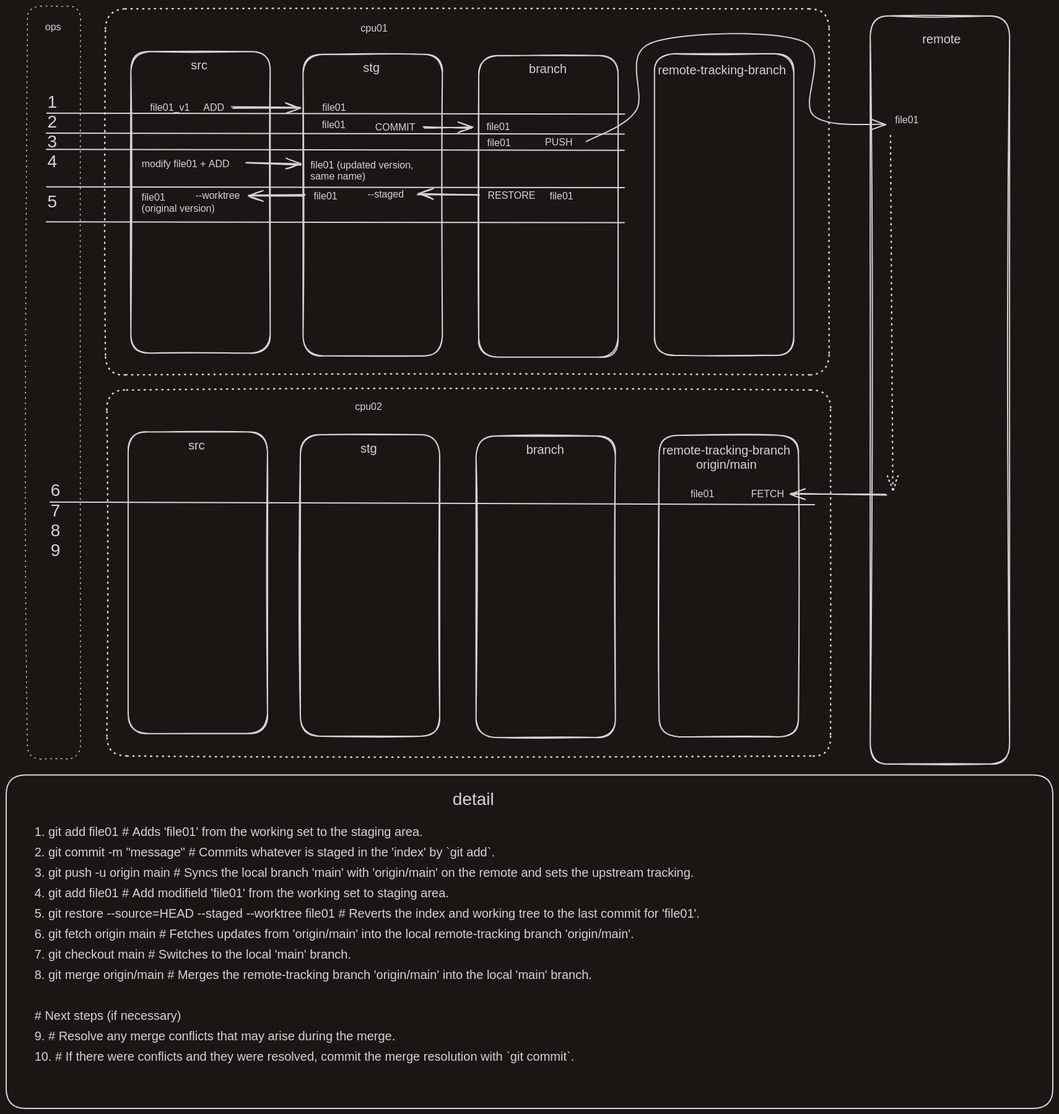
Before: git/media/gitops.png, a diagram exported from Excalidraw (bronifty/obsidian_2024Q2). Source tidied: one line per element, renumbered; positions are measured from the earlier drawing's top-left corner, leaving out a move shared by most shapes. Source of this version:
```json
{"id": 0, "type": "rectangle", "strokeColor": "#1e1e1e", "strokeWidth": 2, "roughness": 1, "round": true, "x": 201, "y": 73, "width": 225, "height": 487}
{"id": 1, "type": "text", "text": "src", "strokeColor": "#1e1e1e", "strokeWidth": 2, "strokeStyle": "dotted", "roughness": 1, "fontSize": 20, "fontFamily": 2, "x": 298, "y": 83, "width": 27, "height": 23}
{"id": 2, "type": "text", "text": "ADD", "strokeColor": "#1e1e1e", "strokeWidth": 2, "roughness": 1, "fontSize": 16, "fontFamily": 2, "x": 318, "y": 154, "width": 34, "height": 18}
{"id": 3, "type": "arrow", "strokeColor": "#1e1e1e", "strokeWidth": 2, "roughness": 1, "endArrowhead": "arrow", "round": true, "from": 2, "to": 5, "x": 364, "y": 163, "width": 110, "height": 1, "points": [[0, 0], [110, 1]]}
{"id": 4, "type": "text", "text": "file01_v1", "strokeColor": "#1e1e1e", "strokeWidth": 2, "roughness": 1, "fontSize": 16, "fontFamily": 2, "x": 232, "y": 154, "width": 64, "height": 18}
{"id": 5, "type": "rectangle", "strokeColor": "#1e1e1e", "strokeWidth": 2, "roughness": 1, "round": true, "x": 479, "y": 78, "width": 225, "height": 487}
{"id": 6, "type": "text", "text": "stg", "strokeColor": "#1e1e1e", "strokeWidth": 2, "strokeStyle": "dotted", "roughness": 1, "fontSize": 20, "fontFamily": 2, "x": 576, "y": 88, "width": 27, "height": 23}
{"id": 7, "type": "text", "text": "file01", "strokeColor": "#1e1e1e", "strokeWidth": 2, "roughness": 1, "fontSize": 16, "fontFamily": 2, "x": 510, "y": 155, "width": 38, "height": 18}
{"id": 8, "type": "rectangle", "strokeColor": "#1e1e1e", "strokeWidth": 2, "roughness": 1, "round": true, "x": 763, "y": 80, "width": 225, "height": 487}
{"id": 9, "type": "text", "text": "branch", "strokeColor": "#1e1e1e", "strokeWidth": 2, "strokeStyle": "dotted", "roughness": 1, "fontSize": 20, "fontFamily": 2, "x": 844, "y": 90, "width": 61, "height": 23}
{"id": 10, "type": "text", "text": "PUSH", "strokeColor": "#1e1e1e", "strokeWidth": 2, "roughness": 1, "fontSize": 16, "fontFamily": 2, "x": 870, "y": 210, "width": 44, "height": 18}
{"id": 11, "type": "text", "text": "file01", "strokeColor": "#1e1e1e", "strokeWidth": 2, "roughness": 1, "fontSize": 16, "fontFamily": 2, "x": 775, "y": 185, "width": 38, "height": 18}
{"id": 12, "type": "rectangle", "strokeColor": "#1e1e1e", "strokeWidth": 2, "roughness": 1, "round": true, "x": 1395, "y": 16, "width": 225, "height": 1208}
{"id": 13, "type": "text", "text": "remote", "strokeColor": "#1e1e1e", "strokeWidth": 2, "strokeStyle": "dotted", "roughness": 1, "fontSize": 20, "fontFamily": 2, "x": 1479, "y": 42, "width": 62, "height": 23}
{"id": 14, "type": "text", "text": "file01", "strokeColor": "#1e1e1e", "strokeWidth": 2, "roughness": 1, "fontSize": 16, "fontFamily": 2, "x": 1435, "y": 174, "width": 38, "height": 18}
{"id": 15, "type": "arrow", "strokeColor": "#1e1e1e", "strokeWidth": 2, "roughness": 1, "endArrowhead": "arrow", "round": true, "to": 5, "x": 387, "y": 252, "width": 88, "height": 4, "points": [[0, 0], [88, 4]]}
{"id": 16, "type": "text", "text": "file01", "strokeColor": "#1e1e1e", "strokeWidth": 2, "roughness": 1, "fontSize": 16, "fontFamily": 2, "x": 877, "y": 297, "width": 38, "height": 18}
{"id": 17, "type": "text", "text": "RESTORE", "strokeColor": "#1e1e1e", "strokeWidth": 1, "strokeStyle": "dotted", "roughness": 1, "fontSize": 16, "fontFamily": 2, "x": 777, "y": 296, "width": 77, "height": 18}
{"id": 18, "type": "arrow", "strokeColor": "#1e1e1e", "strokeWidth": 2, "roughness": 1, "endArrowhead": "arrow", "round": true, "from": 17, "x": 763, "y": 304, "width": 99, "height": 1, "points": [[0, 0], [-99, -1]]}
{"id": 19, "type": "text", "text": "file01", "strokeColor": "#1e1e1e", "strokeWidth": 2, "roughness": 1, "fontSize": 16, "fontFamily": 2, "x": 496, "y": 297, "width": 38, "height": 18}
{"id": 20, "type": "arrow", "strokeColor": "#1e1e1e", "strokeWidth": 2, "roughness": 1, "endArrowhead": "arrow", "round": true, "from": 19, "to": 22, "x": 482, "y": 305, "width": 90, "height": 1, "points": [[0, 0], [-90, 1]]}
{"id": 21, "type": "text", "text": "--staged", "strokeColor": "#1e1e1e", "strokeWidth": 2, "roughness": 1, "fontSize": 16, "fontFamily": 2, "x": 583, "y": 294, "width": 59, "height": 18}
{"id": 22, "type": "text", "text": "--worktree", "strokeColor": "#1e1e1e", "strokeWidth": 2, "roughness": 1, "fontSize": 16, "fontFamily": 2, "x": 305, "y": 296, "width": 72, "height": 18}
{"id": 23, "type": "text", "text": "file01 \n(original version)", "strokeColor": "#1e1e1e", "strokeWidth": 2, "roughness": 1, "fontSize": 16, "fontFamily": 2, "x": 219, "y": 299, "width": 118, "height": 37}
{"id": 24, "type": "rectangle", "strokeColor": "#1e1e1e", "strokeWidth": 2, "roughness": 1, "round": true, "x": 197, "y": 688, "width": 225, "height": 487}
{"id": 25, "type": "text", "text": "src", "strokeColor": "#1e1e1e", "strokeWidth": 2, "strokeStyle": "dotted", "roughness": 1, "fontSize": 20, "fontFamily": 2, "x": 294, "y": 698, "width": 27, "height": 23}
{"id": 26, "type": "rectangle", "strokeColor": "#1e1e1e", "strokeWidth": 2, "roughness": 1, "round": true, "x": 475, "y": 692, "width": 225, "height": 487}
{"id": 27, "type": "text", "text": "stg", "strokeColor": "#1e1e1e", "strokeWidth": 2, "strokeStyle": "dotted", "roughness": 1, "fontSize": 20, "fontFamily": 2, "x": 572, "y": 702, "width": 27, "height": 23}
{"id": 28, "type": "rectangle", "strokeColor": "#1e1e1e", "strokeWidth": 2, "roughness": 1, "round": true, "x": 759, "y": 694, "width": 225, "height": 487}
{"id": 29, "type": "text", "text": "branch", "strokeColor": "#1e1e1e", "strokeWidth": 2, "strokeStyle": "dotted", "roughness": 1, "fontSize": 20, "fontFamily": 2, "x": 840, "y": 704, "width": 61, "height": 23}
{"id": 30, "type": "text", "text": "FETCH", "strokeColor": "#1e1e1e", "strokeWidth": 2, "roughness": 1, "fontSize": 16, "fontFamily": 2, "x": 1203, "y": 778, "width": 53, "height": 18}
{"id": 31, "type": "text", "text": "file01", "strokeColor": "#1e1e1e", "strokeWidth": 2, "roughness": 1, "fontSize": 16, "fontFamily": 2, "x": 1105, "y": 778, "width": 38, "height": 18}
{"id": 32, "type": "rectangle", "strokeColor": "#1e1e1e", "strokeWidth": 2, "strokeStyle": "dotted", "roughness": 1, "round": true, "x": 160, "y": 4, "width": 1168, "height": 591}
{"id": 33, "type": "text", "text": "cpu01", "strokeColor": "#1e1e1e", "strokeWidth": 2, "strokeStyle": "dotted", "roughness": 1, "fontSize": 16, "fontFamily": 2, "x": 572, "y": 26, "width": 44, "height": 18}
{"id": 34, "type": "text", "text": "cpu02", "strokeColor": "#1e1e1e", "strokeWidth": 2, "strokeStyle": "dotted", "roughness": 1, "fontSize": 16, "fontFamily": 2, "x": 563, "y": 637, "width": 44, "height": 18}
{"id": 35, "type": "arrow", "strokeColor": "#1e1e1e", "strokeWidth": 2, "roughness": 1, "endArrowhead": "arrow", "round": true, "to": 30, "x": 1421, "y": 790, "width": 154, "height": 3, "points": [[0, 0], [-154, -3]]}
{"id": 36, "type": "rectangle", "strokeColor": "#1e1e1e", "strokeWidth": 2, "strokeStyle": "dotted", "roughness": 1, "round": true, "x": 163, "y": 620, "width": 1168, "height": 591}
{"id": 37, "type": "rectangle", "strokeColor": "#1e1e1e", "strokeWidth": 2, "roughness": 1, "round": true, "x": 1054, "y": 693, "width": 225, "height": 487}
{"id": 38, "type": "rectangle", "strokeColor": "#1e1e1e", "strokeWidth": 2, "roughness": 1, "round": true, "x": 1047, "y": 77, "width": 225, "height": 487}
{"id": 39, "type": "text", "text": "remote-tracking-branch", "strokeColor": "#1e1e1e", "strokeWidth": 2, "strokeStyle": "dotted", "roughness": 1, "fontSize": 20, "fontFamily": 2, "x": 1052, "y": 91, "width": 207, "height": 23}
{"id": 40, "type": "text", "text": "remote-tracking-branch\norigin/main", "strokeColor": "#1e1e1e", "strokeWidth": 2, "strokeStyle": "dotted", "roughness": 1, "fontSize": 20, "fontFamily": 2, "textAlign": "center", "x": 1059, "y": 706, "width": 207, "height": 46}
{"id": 41, "type": "arrow", "strokeColor": "#1e1e1e", "strokeWidth": 2, "strokeStyle": "dotted", "roughness": 1, "endArrowhead": "arrow", "round": true, "x": 1429, "y": 210, "width": 4, "height": 571, "points": [[0, 0], [4, 571]]}
{"id": 42, "type": "rectangle", "strokeColor": "#1e1e1e", "strokeWidth": 1, "strokeStyle": "dotted", "roughness": 1, "round": true, "x": 34, "y": 0, "width": 86, "height": 1216}
{"id": 43, "type": "text", "text": "ops", "strokeColor": "#1e1e1e", "strokeWidth": 1, "strokeStyle": "dotted", "roughness": 1, "fontSize": 16, "fontFamily": 2, "textAlign": "center", "x": 63, "y": 24, "width": 26, "height": 18}
{"id": 44, "type": "text", "text": "1\n2\n3\n4\n\n5\n", "strokeColor": "#1e1e1e", "strokeWidth": 1, "strokeStyle": "dotted", "roughness": 1, "fontSize": 28, "fontFamily": 2, "textAlign": "center", "x": 66, "y": 138, "width": 16, "height": 225}
{"id": 45, "type": "arrow", "strokeColor": "#1e1e1e", "strokeWidth": 2, "roughness": 0, "endArrowhead": "arrow", "round": true, "to": 14, "x": 937, "y": 219, "width": 483, "height": 161, "points": [[0, 0], [80, -50], [103, -159], [350, -161], [366, -43], [483, -27]]}
{"id": 46, "type": "rectangle", "strokeColor": "#1e1e1e", "strokeWidth": 2, "roughness": 0, "round": true, "x": 0, "y": 1241, "width": 1690, "height": 539}
{"id": 47, "type": "text", "text": "detail", "strokeColor": "#1e1e1e", "strokeWidth": 2, "roughness": 0, "fontSize": 28, "fontFamily": 2, "textAlign": "center", "x": 721, "y": 1264, "width": 67, "height": 32}
{"id": 48, "type": "text", "text": "COMMIT", "strokeColor": "#1e1e1e", "strokeWidth": 2, "roughness": 1, "fontSize": 16, "fontFamily": 2, "x": 596, "y": 186, "width": 65, "height": 18}
{"id": 49, "type": "arrow", "strokeColor": "#1e1e1e", "strokeWidth": 2, "roughness": 1, "endArrowhead": "arrow", "round": true, "from": 48, "to": 8, "x": 674, "y": 196, "width": 77, "height": 1, "points": [[0, 0], [77, 1]]}
{"id": 50, "type": "text", "text": "file01", "strokeColor": "#1e1e1e", "strokeWidth": 2, "roughness": 1, "fontSize": 16, "fontFamily": 2, "x": 510, "y": 182, "width": 38, "height": 18}
{"id": 51, "type": "text", "text": "file01", "strokeColor": "#1e1e1e", "strokeWidth": 2, "roughness": 1, "fontSize": 16, "fontFamily": 2, "x": 777, "y": 211, "width": 38, "height": 18}
{"id": 52, "type": "line", "strokeColor": "#1e1e1e", "strokeWidth": 2, "roughness": 0, "round": true, "x": 66, "y": 173, "width": 933, "height": 1, "points": [[0, 0], [933, 1]]}
{"id": 53, "type": "line", "strokeColor": "#1e1e1e", "strokeWidth": 2, "roughness": 0, "round": true, "x": 65, "y": 205, "width": 933, "height": 1, "points": [[0, 0], [933, 1]]}
{"id": 54, "type": "line", "strokeColor": "#1e1e1e", "strokeWidth": 2, "roughness": 0, "round": true, "x": 65, "y": 231, "width": 933, "height": 1, "points": [[0, 0], [933, 1]]}
{"id": 55, "type": "line", "strokeColor": "#1e1e1e", "strokeWidth": 2, "roughness": 0, "round": true, "x": 65, "y": 292, "width": 933, "height": 1, "points": [[0, 0], [933, 1]]}
{"id": 56, "type": "line", "strokeColor": "#1e1e1e", "strokeWidth": 2, "roughness": 0, "round": true, "x": 65, "y": 348, "width": 933, "height": 1, "points": [[0, 0], [933, 1]]}
{"id": 57, "type": "text", "text": "6\n7\n8\n9\n", "strokeColor": "#1e1e1e", "strokeWidth": 1, "strokeStyle": "dotted", "roughness": 1, "fontSize": 28, "fontFamily": 2, "textAlign": "center", "x": 72, "y": 766, "width": 16, "height": 161}
{"id": 58, "type": "line", "strokeColor": "#1e1e1e", "strokeWidth": 2, "roughness": 0, "round": true, "x": 71, "y": 801, "width": 1234, "height": 4, "points": [[0, 0], [1234, 4]]}
{"id": 59, "type": "text", "text": "file01 (updated version, \nsame name)", "strokeColor": "#1e1e1e", "strokeWidth": 2, "roughness": 1, "fontSize": 16, "fontFamily": 2, "x": 491, "y": 247, "width": 171, "height": 37}
{"id": 60, "type": "text", "text": "modify file01 + ADD", "strokeColor": "#1e1e1e", "strokeWidth": 2, "roughness": 0, "fontSize": 16, "fontFamily": 2, "x": 219, "y": 245, "width": 142, "height": 18}
{"id": 61, "type": "text", "text": "1. git add file01 # Adds 'file01' from the working set to the staging area.", "strokeColor": "#1e1e1e", "strokeWidth": 2, "roughness": 0, "fontSize": 20, "fontFamily": 2, "x": 46, "y": 1322, "width": 627, "height": 23}
{"id": 62, "type": "text", "text": "2. git commit -m \"message\" # Commits whatever is staged in the 'index' by `git add`.", "strokeColor": "#1e1e1e", "strokeWidth": 2, "roughness": 0, "fontSize": 20, "fontFamily": 2, "x": 46, "y": 1355, "width": 743, "height": 23}
{"id": 63, "type": "text", "text": "3. git push -u origin main # Syncs the local branch 'main' with 'origin/main' on the remote and sets the upstream tracking.", "strokeColor": "#1e1e1e", "strokeWidth": 2, "roughness": 0, "fontSize": 20, "fontFamily": 2, "x": 46, "y": 1388, "width": 1065, "height": 23}
{"id": 64, "type": "text", "text": "4. git add file01 # Add modifield 'file01' from the working set to staging area.", "strokeColor": "#1e1e1e", "strokeWidth": 2, "roughness": 0, "fontSize": 20, "fontFamily": 2, "x": 46, "y": 1421, "width": 669, "height": 23}
{"id": 65, "type": "text", "text": "5. git restore --source=HEAD --staged --worktree file01 # Reverts the index and working tree to the last commit for 'file01'.", "strokeColor": "#1e1e1e", "strokeWidth": 2, "roughness": 0, "fontSize": 20, "fontFamily": 2, "x": 46, "y": 1454, "width": 1074, "height": 23}
{"id": 66, "type": "text", "text": "6. git fetch origin main # Fetches updates from 'origin/main' into the local remote-tracking branch 'origin/main'.", "strokeColor": "#1e1e1e", "strokeWidth": 2, "roughness": 0, "fontSize": 20, "fontFamily": 2, "x": 46, "y": 1487, "width": 968, "height": 23}
{"id": 67, "type": "text", "text": "7. git checkout main # Switches to the local 'main' branch.", "strokeColor": "#1e1e1e", "strokeWidth": 2, "roughness": 0, "fontSize": 20, "fontFamily": 2, "x": 46, "y": 1520, "width": 511, "height": 23}
{"id": 68, "type": "text", "text": "8. git merge origin/main # Merges the remote-tracking branch 'origin/main' into the local 'main' branch.", "strokeColor": "#1e1e1e", "strokeWidth": 2, "roughness": 0, "fontSize": 20, "fontFamily": 2, "x": 46, "y": 1553, "width": 900, "height": 23}
{"id": 69, "type": "text", "text": "# Next steps (if necessary)", "strokeColor": "#1e1e1e", "strokeWidth": 2, "roughness": 0, "fontSize": 20, "fontFamily": 2, "x": 46, "y": 1619, "width": 237, "height": 23}
{"id": 70, "type": "text", "text": "9. # Resolve any merge conflicts that may arise during the merge.", "strokeColor": "#1e1e1e", "strokeWidth": 2, "roughness": 0, "fontSize": 20, "fontFamily": 2, "x": 46, "y": 1652, "width": 582, "height": 23}
{"id": 71, "type": "text", "text": "10. # If there were conflicts and they were resolved, commit the merge resolution with `git commit`.", "strokeColor": "#1e1e1e", "strokeWidth": 2, "roughness": 0, "fontSize": 20, "fontFamily": 2, "x": 46, "y": 1685, "width": 871, "height": 23}
```
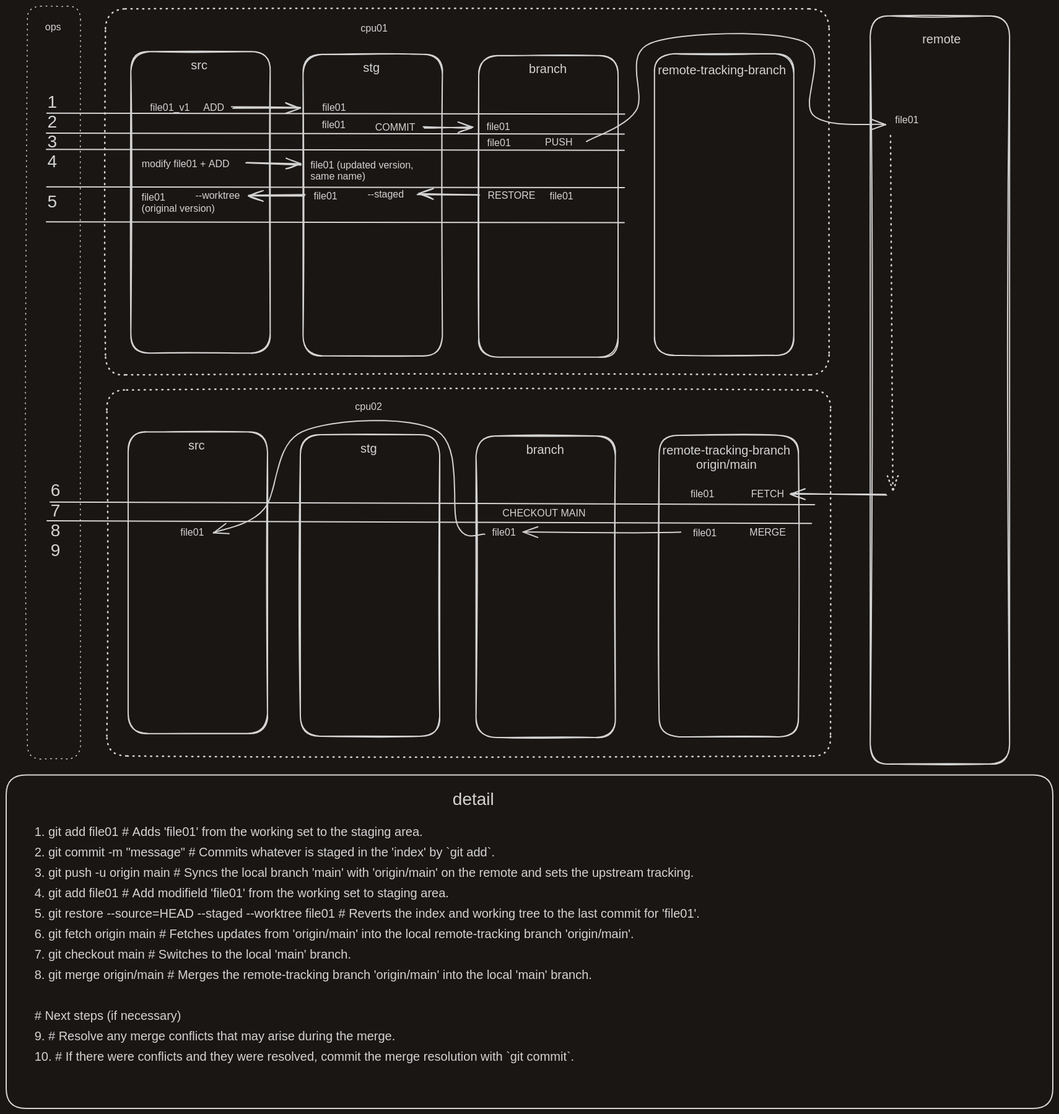
After the change.

Diff of the diagram source:
```diff
@@ -70,3 +70,11 @@
 {"id": 69, "type": "text", "text": "# Next steps (if necessary)", "strokeColor": "#1e1e1e", "strokeWidth": 2, "roughness": 0, "fontSize": 20, "fontFamily": 2, "x": 46, "y": 1619, "width": 237, "height": 23}
 {"id": 70, "type": "text", "text": "9. # Resolve any merge conflicts that may arise during the merge.", "strokeColor": "#1e1e1e", "strokeWidth": 2, "roughness": 0, "fontSize": 20, "fontFamily": 2, "x": 46, "y": 1652, "width": 582, "height": 23}
 {"id": 71, "type": "text", "text": "10. # If there were conflicts and they were resolved, commit the merge resolution with `git commit`.", "strokeColor": "#1e1e1e", "strokeWidth": 2, "roughness": 0, "fontSize": 20, "fontFamily": 2, "x": 46, "y": 1685, "width": 871, "height": 23}
+{"id": 72, "type": "text", "text": "CHECKOUT MAIN", "strokeColor": "#1e1e1e", "strokeWidth": 2, "roughness": 0, "fontSize": 16, "fontFamily": 2, "x": 801, "y": 809, "width": 134, "height": 18}
+{"id": 73, "type": "line", "strokeColor": "#1e1e1e", "strokeWidth": 2, "roughness": 0, "round": true, "x": 66, "y": 831, "width": 1234, "height": 4, "points": [[0, 0], [1234, 4]]}
+{"id": 74, "type": "text", "text": "file01", "strokeColor": "#1e1e1e", "strokeWidth": 2, "roughness": 1, "fontSize": 16, "fontFamily": 2, "x": 1109, "y": 841, "width": 38, "height": 18}
+{"id": 75, "type": "text", "text": "MERGE", "strokeColor": "#1e1e1e", "strokeWidth": 2, "roughness": 1, "fontSize": 16, "fontFamily": 2, "x": 1200, "y": 840, "width": 59, "height": 18}
+{"id": 76, "type": "arrow", "strokeColor": "#1e1e1e", "strokeWidth": 2, "roughness": 0, "endArrowhead": "arrow", "round": true, "from": 74, "to": 77, "x": 1089, "y": 849, "width": 254, "height": 1, "points": [[0, 0], [-74, 1], [-254, 0]]}
+{"id": 77, "type": "text", "text": "file01", "strokeColor": "#1e1e1e", "strokeWidth": 2, "roughness": 1, "fontSize": 16, "fontFamily": 2, "x": 785, "y": 840, "width": 38, "height": 18}
+{"id": 78, "type": "arrow", "strokeColor": "#1e1e1e", "strokeWidth": 2, "roughness": 0, "endArrowhead": "arrow", "round": true, "from": 77, "to": 79, "x": 773, "y": 853, "width": 438, "height": 167, "points": [[0, 0], [-43, -13], [-77, -167], [-294, -166], [-357, -40], [-438, -2]]}
+{"id": 79, "type": "text", "text": "file01", "strokeColor": "#1e1e1e", "strokeWidth": 2, "roughness": 1, "fontSize": 16, "fontFamily": 2, "x": 281, "y": 840, "width": 38, "height": 18}
```
